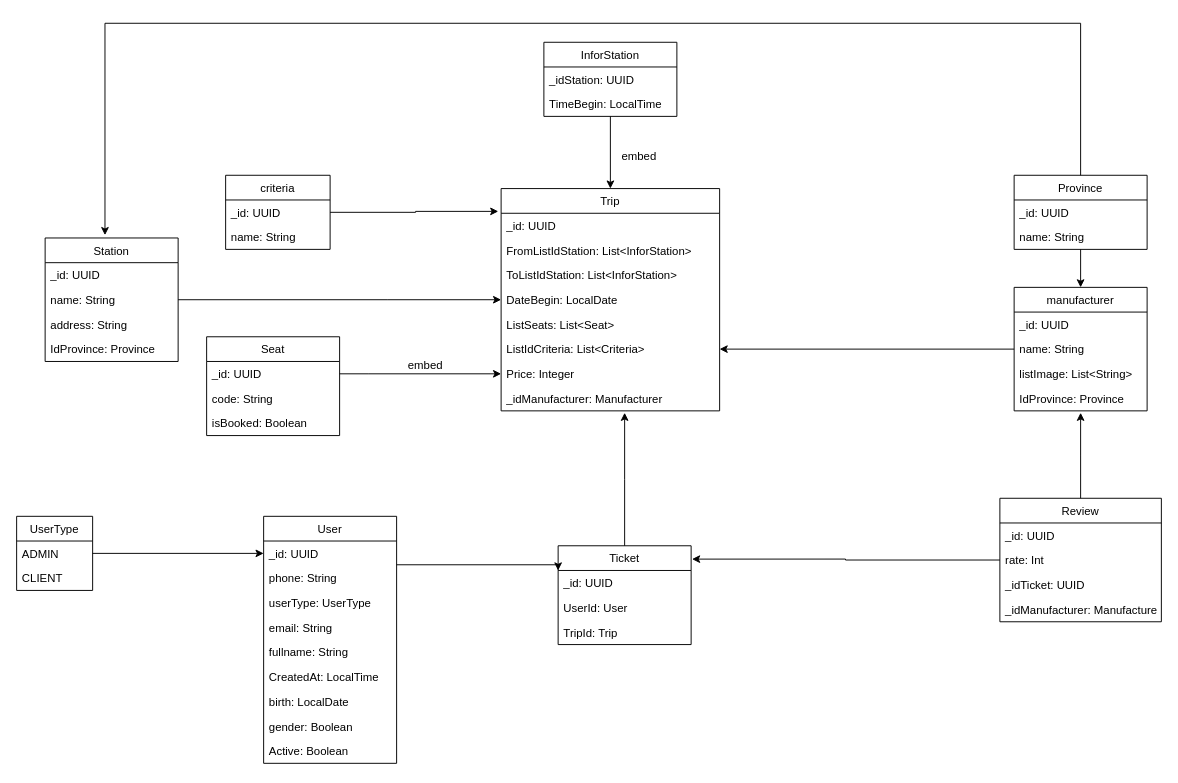
Above: Untitled Diagram.drawio in quannguyen1999/manage-disks (draw.io), before the change. Source tidied: cells renumbered, new cells numbered last; positions are measured from the earlier drawing's top-left corner, leaving out a move shared by most shapes. Both pictures are drawn from the tidied source at 95%, with x=0, y=0 at pixel (16, 23).
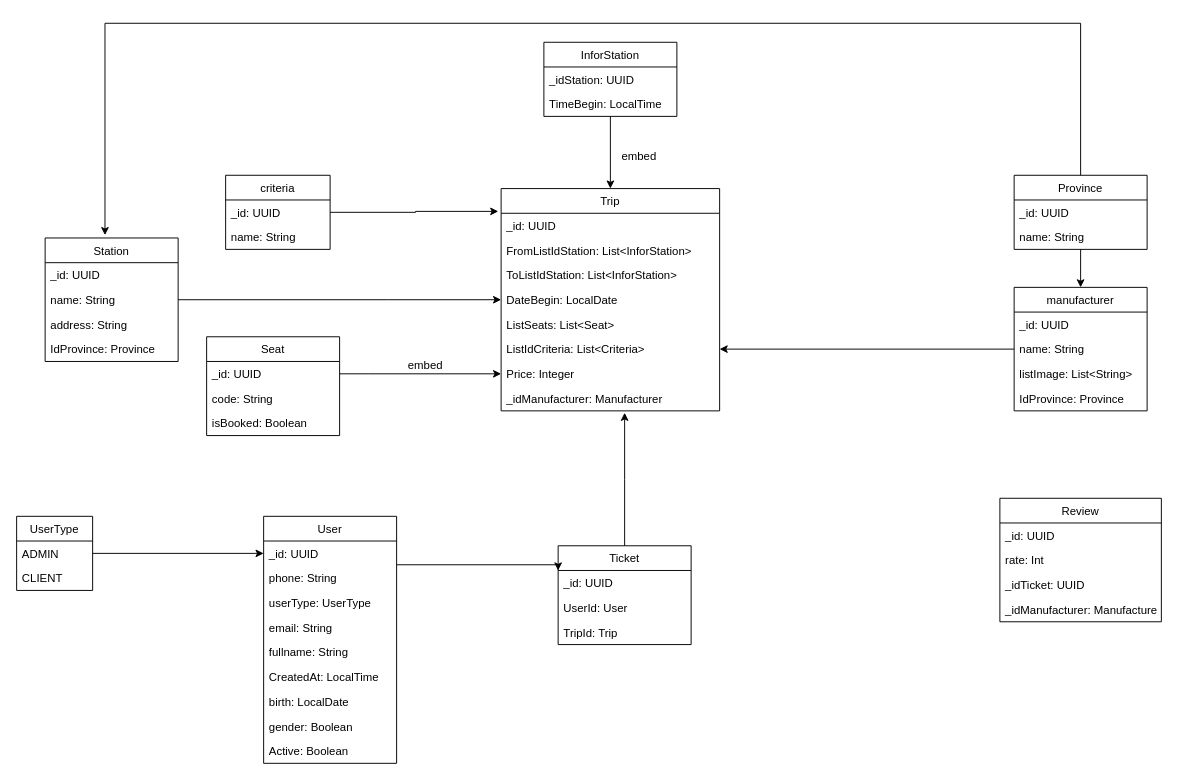
Above is the later version.

Unchanged cells that the change refers to:
```xml
<mxCell id="40" value="Ticket" style="swimlane;fontStyle=0;horizontal=1;startSize=26;fillColor=none;" parent="1" vertex="1">
  <mxGeometry x="570" y="550" width="140" height="104" as="geometry" />
</mxCell>
<mxCell id="65" value="Review" style="swimlane;fontStyle=0;horizontal=1;startSize=26;fillColor=none;" parent="1" vertex="1">
  <mxGeometry x="1035" y="500" width="170" height="130" as="geometry" />
</mxCell>
```

Change to the diagram source:
```diff
@@
-    <mxCell id="14" style="edgeStyle=orthogonalEdgeStyle;rounded=0;jettySize=auto;html=1;entryX=1.007;entryY=0.135;entryDx=0;entryDy=0;entryPerimeter=0;" parent="1" edge="1" source="65" target="40">
-      <mxGeometry relative="1" as="geometry" />
-    </mxCell>
@@
-    <mxCell id="64" style="edgeStyle=orthogonalEdgeStyle;rounded=0;jettySize=auto;html=1;" parent="1" edge="1" source="65">
-      <mxGeometry relative="1" as="geometry">
-        <mxPoint x="1120" y="410" as="targetPoint" />
-      </mxGeometry>
-    </mxCell>
```
